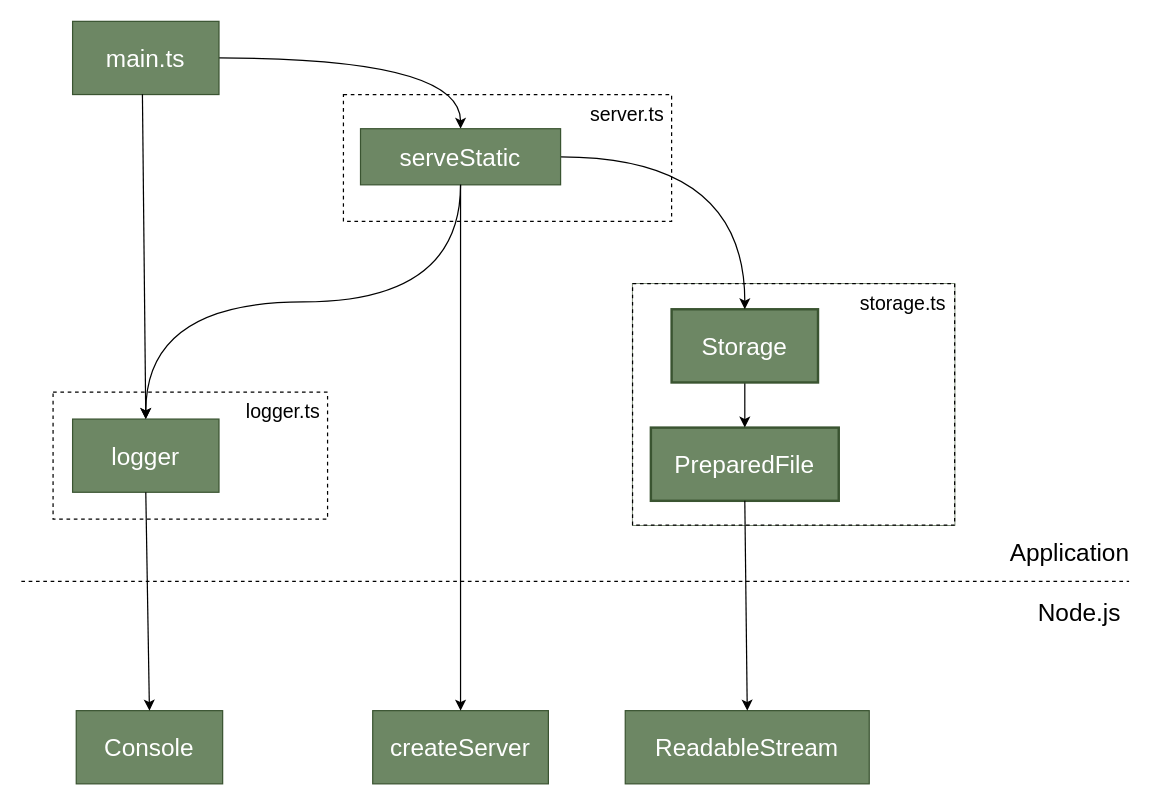
Before: metarhia/solid/dip/1_no-di/diagram.drawio in yialo/learn-smth, a draw.io diagram. Source tidied: cells renumbered, new cells numbered last; positions are measured from the earlier drawing's top-left corner, leaving out a move shared by most shapes. Both pictures are drawn from the tidied source at 122%, with x=0, y=0 at pixel (21, 21).
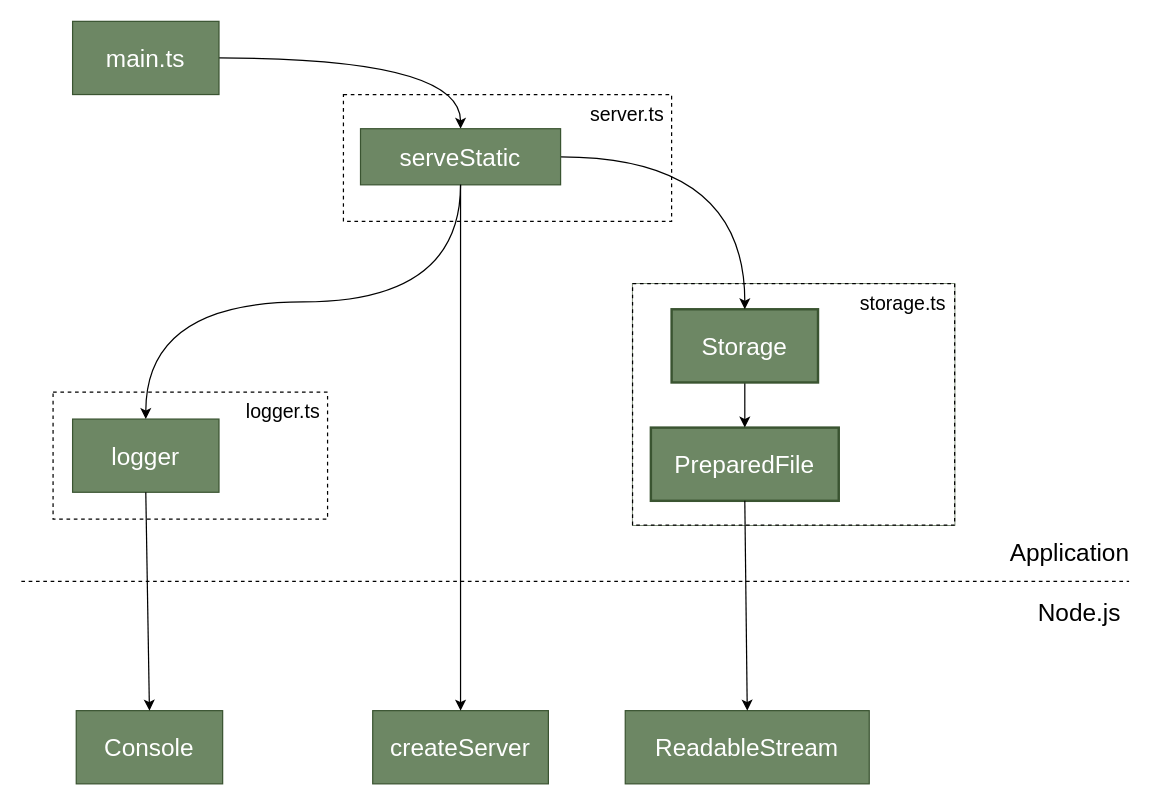
After the change.

The change refers to these unchanged cells:
```xml
<mxCell id="13" value="main.ts" style="rounded=0;whiteSpace=wrap;html=1;fillColor=#6d8764;fontColor=#ffffff;strokeColor=#3A5431;align=center;verticalAlign=middle;fontFamily=Helvetica;fontSize=20;gradientColor=none;" parent="1" vertex="1">
  <mxGeometry x="42" width="120" height="60" as="geometry" />
</mxCell>
<mxCell id="17" value="&lt;font style=&quot;font-size: 20px;&quot;&gt;logger&lt;/font&gt;" style="whiteSpace=wrap;html=1;fillColor=#6d8764;strokeColor=#3A5431;fontColor=#ffffff;rounded=0;align=center;verticalAlign=middle;fontFamily=Helvetica;fontSize=12;gradientColor=none;" parent="15" vertex="1">
  <mxGeometry x="16" y="22" width="120" height="60" as="geometry" />
</mxCell>
```

Diff of the diagram source:
```diff
@@
-    <mxCell id="28" style="endArrow=classic;html=1;rounded=0;exitX=0.477;exitY=0.996;exitDx=0;exitDy=0;exitPerimeter=0;entryX=0.5;entryY=0;entryDx=0;entryDy=0;" parent="1" edge="1" source="13" target="17">
-      <mxGeometry relative="1" as="geometry" />
-    </mxCell>
```
